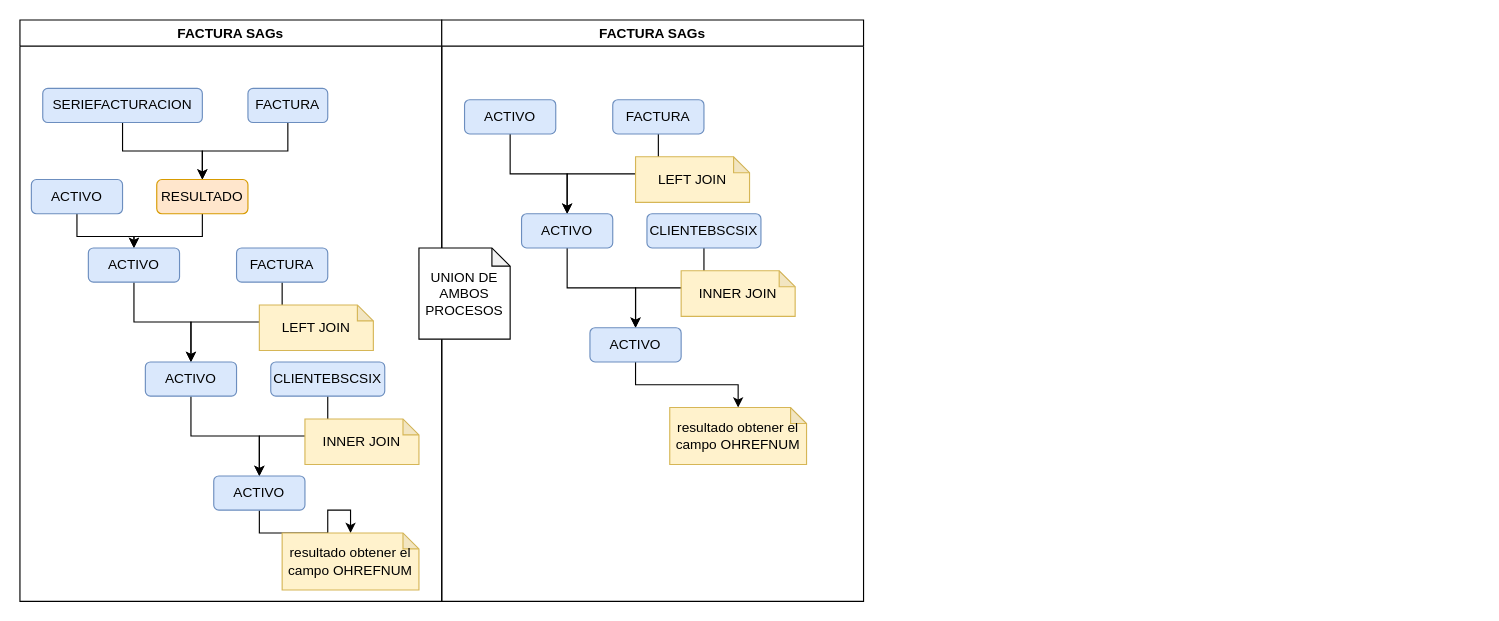
carlsromec/procesos-diagramas keeps this draw.io diagram as factura-sags.drawio. Above is the earlier version. Source tidied: cells renumbered, new cells numbered last; positions are measured from the earlier drawing's top-left corner, leaving out a move shared by most shapes. Both pictures are drawn from the tidied source at 114%, with x=0, y=0 at pixel (19, 19).
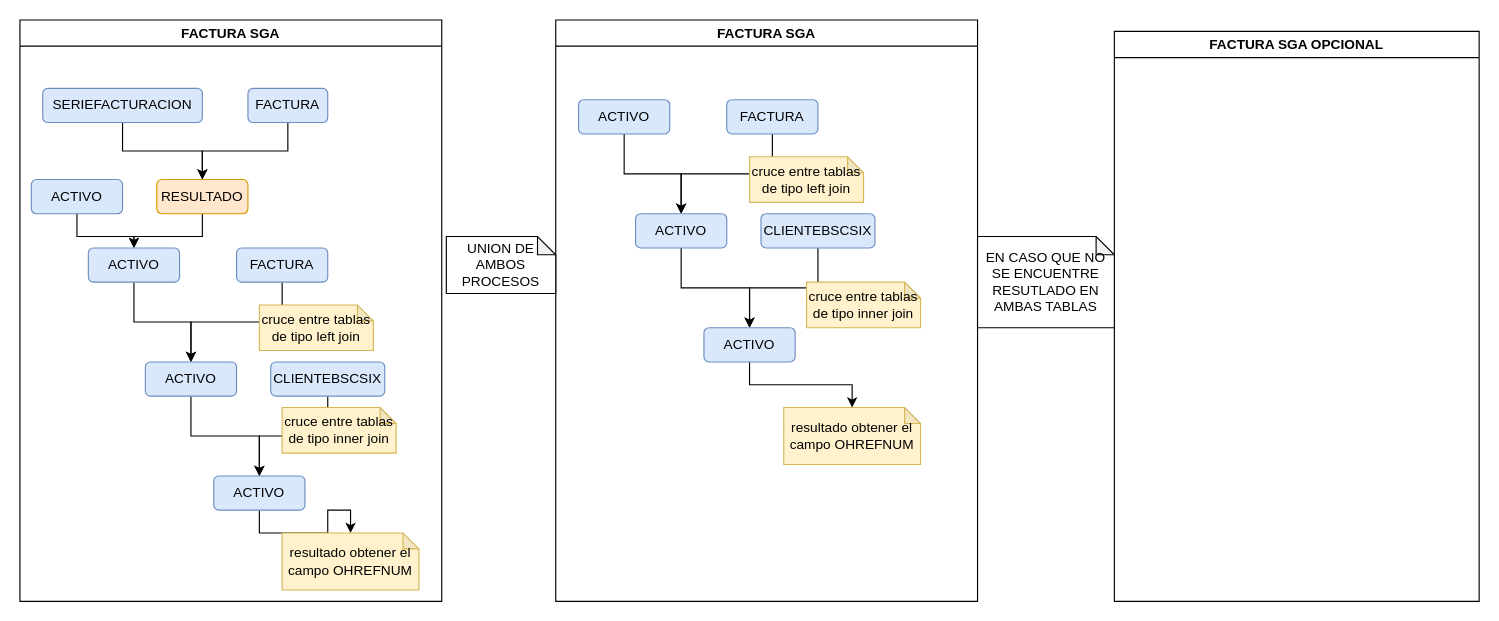
The same page after the edit.

What changed in the source:
```diff
@@
-    <mxCell id="2" value="FACTURA SAGs" style="swimlane;whiteSpace=wrap;html=1;" parent="1" vertex="1">
+    <mxCell id="2" value="FACTURA SGA" style="swimlane;whiteSpace=wrap;html=1;" parent="1" vertex="1">
       <mxGeometry width="370" height="510" as="geometry" />
     </mxCell>
@@
-    <mxCell id="19" value="LEFT JOIN" style="shape=note;whiteSpace=wrap;html=1;backgroundOutline=1;darkOpacity=0.05;size=14;fillColor=#fff2cc;strokeColor=#d6b656;" parent="2" vertex="1">
-      <mxGeometry x="210" y="250" width="100" height="40" as="geometry" />
-    </mxCell>
@@
-    <mxCell id="22" value="INNER JOIN" style="shape=note;whiteSpace=wrap;html=1;backgroundOutline=1;darkOpacity=0.05;size=14;fillColor=#fff2cc;strokeColor=#d6b656;" parent="2" vertex="1">
-      <mxGeometry x="250" y="350" width="100" height="40" as="geometry" />
-    </mxCell>
@@
+    <mxCell id="39" value="cruce entre tablas de tipo left join" style="shape=note;whiteSpace=wrap;html=1;backgroundOutline=1;darkOpacity=0.05;size=14;fillColor=#fff2cc;strokeColor=#d6b656;" parent="2" vertex="1">
+      <mxGeometry x="210" y="250" width="100" height="40" as="geometry" />
+    </mxCell>
+    <mxCell id="40" value="cruce entre tablas de tipo inner join" style="shape=note;whiteSpace=wrap;html=1;backgroundOutline=1;darkOpacity=0.05;size=14;fillColor=#fff2cc;strokeColor=#d6b656;" parent="2" vertex="1">
+      <mxGeometry x="230" y="340" width="100" height="40" as="geometry" />
+    </mxCell>
-    <mxCell id="24" value="FACTURA SAGs" style="swimlane;whiteSpace=wrap;html=1;" parent="1" vertex="1">
-      <mxGeometry x="370" width="370" height="510" as="geometry" />
+    <mxCell id="24" value="FACTURA SGA" style="swimlane;whiteSpace=wrap;html=1;" parent="1" vertex="1">
+      <mxGeometry x="470" width="370" height="510" as="geometry" />
     </mxCell>
@@
-    <mxCell id="33" value="LEFT JOIN" style="shape=note;whiteSpace=wrap;html=1;backgroundOutline=1;darkOpacity=0.05;size=14;fillColor=#fff2cc;strokeColor=#d6b656;" parent="24" vertex="1">
+    <mxCell id="33" value="cruce entre tablas de tipo left join" style="shape=note;whiteSpace=wrap;html=1;backgroundOutline=1;darkOpacity=0.05;size=14;fillColor=#fff2cc;strokeColor=#d6b656;" parent="24" vertex="1">
       <mxGeometry x="170" y="120" width="100" height="40" as="geometry" />
     </mxCell>
@@
-    <mxCell id="36" value="INNER JOIN" style="shape=note;whiteSpace=wrap;html=1;backgroundOutline=1;darkOpacity=0.05;size=14;fillColor=#fff2cc;strokeColor=#d6b656;" parent="24" vertex="1">
-      <mxGeometry x="210" y="220" width="100" height="40" as="geometry" />
-    </mxCell>
@@
+    <mxCell id="41" value="cruce entre tablas de tipo inner join" style="shape=note;whiteSpace=wrap;html=1;backgroundOutline=1;darkOpacity=0.05;size=14;fillColor=#fff2cc;strokeColor=#d6b656;" parent="24" vertex="1">
+      <mxGeometry x="220" y="230" width="100" height="40" as="geometry" />
+    </mxCell>
+    <mxCell id="42" value="FACTURA SGA OPCIONAL" style="swimlane;whiteSpace=wrap;html=1;startSize=23;" parent="1" vertex="1">
+      <mxGeometry x="960" y="10" width="320" height="500" as="geometry" />
+    </mxCell>
-    <mxCell id="38" value="UNION DE AMBOS PROCESOS" style="shape=note;whiteSpace=wrap;html=1;backgroundOutline=1;darkOpacity=0.05;size=16;" parent="24" vertex="1">
-      <mxGeometry x="-20" y="200" width="80" height="80" as="geometry" />
+    <mxCell id="38" value="UNION DE AMBOS PROCESOS" style="shape=note;whiteSpace=wrap;html=1;backgroundOutline=1;darkOpacity=0.05;size=16;" parent="1" vertex="1">
+      <mxGeometry x="374" y="190" width="96" height="50" as="geometry" />
     </mxCell>
+    <mxCell id="43" value="EN CASO QUE NO SE ENCUENTRE RESUTLADO EN AMBAS TABLAS" style="shape=note;whiteSpace=wrap;html=1;backgroundOutline=1;darkOpacity=0.05;size=16;" parent="1" vertex="1">
+      <mxGeometry x="840" y="190" width="120" height="80" as="geometry" />
+    </mxCell>
```
